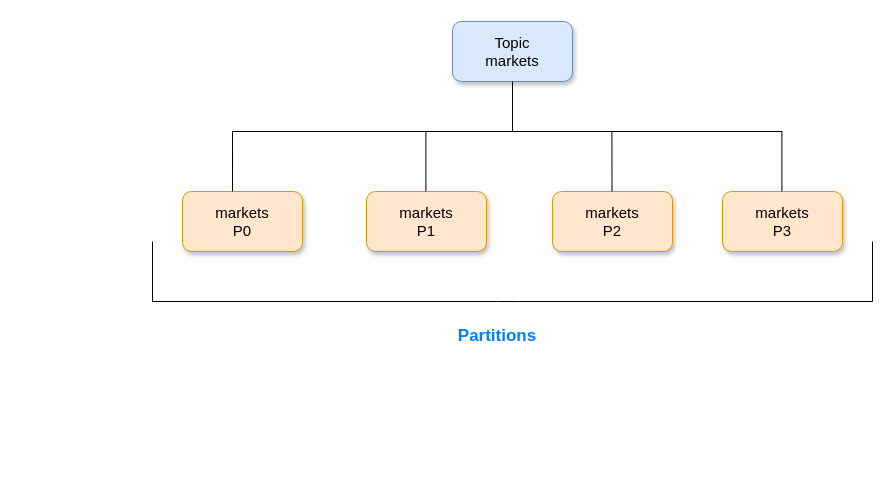
This is MultiThread_Server/src/Untitled Diagram.drawio from keshu12345/MultiServer, a draw.io file, before an edit. Source tidied: cells renumbered, new cells numbered last; positions are measured from the earlier drawing's top-left corner, leaving out a move shared by most shapes. Both pictures are drawn from the tidied source at 100%, with x=0, y=0 at pixel (152, 21).
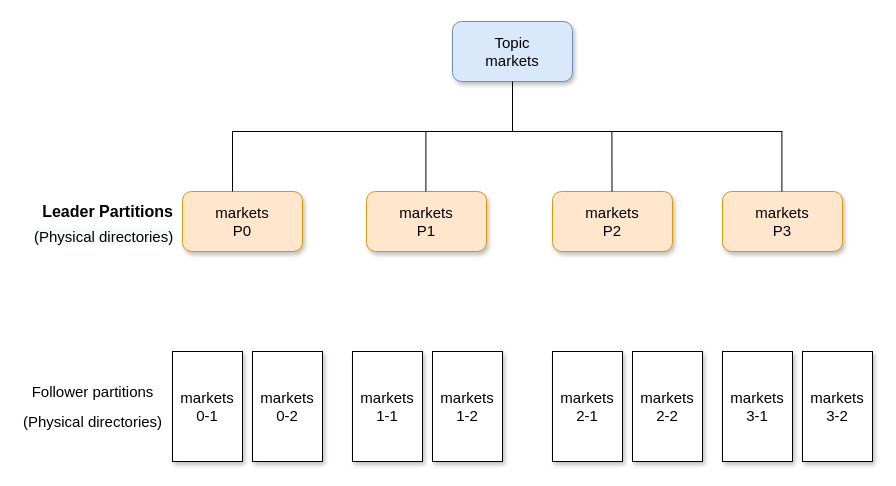
The same diagram, later.

The edit, as a diff of the source:
```diff
@@
-    <mxCell id="13" style="endArrow=none;html=1;" parent="1" edge="1">
-      <mxGeometry relative="1" as="geometry">
-        <mxPoint y="280" as="sourcePoint" />
-        <mxPoint x="720" y="280" as="targetPoint" />
-        <Array as="points">
-          <mxPoint x="355" y="280" />
-        </Array>
-      </mxGeometry>
-    </mxCell>
-    <mxCell id="14" style="endArrow=none;html=1;exitX=0.417;exitY=0;exitDx=0;exitDy=0;exitPerimeter=0;" parent="1" edge="1">
-      <mxGeometry relative="1" as="geometry">
-        <mxPoint x="720" y="280" as="sourcePoint" />
-        <mxPoint x="720" y="220" as="targetPoint" />
-      </mxGeometry>
-    </mxCell>
-    <mxCell id="15" style="endArrow=none;html=1;exitX=0.417;exitY=0;exitDx=0;exitDy=0;exitPerimeter=0;" parent="1" edge="1">
-      <mxGeometry relative="1" as="geometry">
-        <mxPoint y="280" as="sourcePoint" />
-        <mxPoint y="220" as="targetPoint" />
-      </mxGeometry>
-    </mxCell>
-    <mxCell id="16" value="&lt;font color=&quot;#007fff&quot;&gt;&lt;b style=&quot;font-size: 17px&quot;&gt;Partitions&lt;/b&gt;&lt;/font&gt;" style="text;html=1;strokeColor=none;fillColor=none;align=center;verticalAlign=middle;whiteSpace=wrap;rounded=0;shadow=1;" parent="1" vertex="1">
-      <mxGeometry x="250" y="290" width="190" height="50" as="geometry" />
-    </mxCell>
+    <mxCell id="17" value="&lt;font style=&quot;font-size: 15px&quot;&gt;markets 0-1&lt;/font&gt;" style="rounded=0;whiteSpace=wrap;html=1;shadow=1;" parent="1" vertex="1">
+      <mxGeometry x="20" y="330" width="70" height="110" as="geometry" />
+    </mxCell>
+    <mxCell id="18" value="&lt;font style=&quot;font-size: 15px&quot;&gt;markets 0-2&lt;/font&gt;" style="rounded=0;whiteSpace=wrap;html=1;shadow=1;" parent="1" vertex="1">
+      <mxGeometry x="100" y="330" width="70" height="110" as="geometry" />
+    </mxCell>
+    <mxCell id="19" value="&lt;font style=&quot;font-size: 15px&quot;&gt;markets 1-1&lt;/font&gt;" style="rounded=0;whiteSpace=wrap;html=1;shadow=1;" parent="1" vertex="1">
+      <mxGeometry x="200" y="330" width="70" height="110" as="geometry" />
+    </mxCell>
+    <mxCell id="20" value="&lt;font style=&quot;font-size: 15px&quot;&gt;markets 1-2&lt;/font&gt;" style="rounded=0;whiteSpace=wrap;html=1;shadow=1;" parent="1" vertex="1">
+      <mxGeometry x="280" y="330" width="70" height="110" as="geometry" />
+    </mxCell>
+    <mxCell id="21" value="&lt;font style=&quot;font-size: 15px&quot;&gt;markets 2-1&lt;/font&gt;" style="rounded=0;whiteSpace=wrap;html=1;shadow=1;" parent="1" vertex="1">
+      <mxGeometry x="400" y="330" width="70" height="110" as="geometry" />
+    </mxCell>
+    <mxCell id="22" value="&lt;font style=&quot;font-size: 15px&quot;&gt;markets 2-2&lt;/font&gt;" style="rounded=0;whiteSpace=wrap;html=1;shadow=1;" parent="1" vertex="1">
+      <mxGeometry x="480" y="330" width="70" height="110" as="geometry" />
+    </mxCell>
+    <mxCell id="23" value="&lt;font style=&quot;font-size: 15px&quot;&gt;markets 3-1&lt;/font&gt;" style="rounded=0;whiteSpace=wrap;html=1;shadow=1;" parent="1" vertex="1">
+      <mxGeometry x="570" y="330" width="70" height="110" as="geometry" />
+    </mxCell>
+    <mxCell id="24" value="&lt;font style=&quot;font-size: 15px&quot;&gt;markets 3-2&lt;/font&gt;" style="rounded=0;whiteSpace=wrap;html=1;shadow=1;" parent="1" vertex="1">
+      <mxGeometry x="650" y="330" width="70" height="110" as="geometry" />
+    </mxCell>
+    <mxCell id="25" value="&lt;font style=&quot;font-size: 16px&quot;&gt;&lt;b&gt;Leader Partitions&lt;/b&gt;&lt;/font&gt;" style="text;html=1;align=center;verticalAlign=middle;strokeColor=none;fillColor=none;" parent="1" vertex="1">
+      <mxGeometry x="-120" y="180" width="150" height="20" as="geometry" />
+    </mxCell>
+    <mxCell id="26" value="&lt;font style=&quot;font-size: 15px&quot;&gt;Follower partitions&lt;/font&gt;" style="text;html=1;align=center;verticalAlign=middle;strokeColor=none;fillColor=none;strokeWidth=7;" parent="1" vertex="1">
+      <mxGeometry x="-130" y="360" width="140" height="20" as="geometry" />
+    </mxCell>
+    <mxCell id="27" value="&lt;font style=&quot;font-size: 15px&quot;&gt;(Physical directories)&lt;/font&gt;" style="text;html=1;align=center;verticalAlign=middle;strokeColor=none;fillColor=none;strokeWidth=7;" parent="1" vertex="1">
+      <mxGeometry x="-135" y="390" width="150" height="20" as="geometry" />
+    </mxCell>
+    <mxCell id="28" value="&lt;span style=&quot;color: rgb(0 , 0 , 0) ; font-family: &amp;#34;helvetica&amp;#34; ; font-size: 15px ; font-style: normal ; font-weight: 400 ; letter-spacing: normal ; text-align: center ; text-indent: 0px ; text-transform: none ; word-spacing: 0px ; background-color: rgb(248 , 249 , 250) ; display: inline ; float: none&quot;&gt;(Physical directories)&lt;/span&gt;" style="text;whiteSpace=wrap;html=1;" parent="1" vertex="1">
+      <mxGeometry x="-120" y="200" width="150" height="30" as="geometry" />
+    </mxCell>
```
